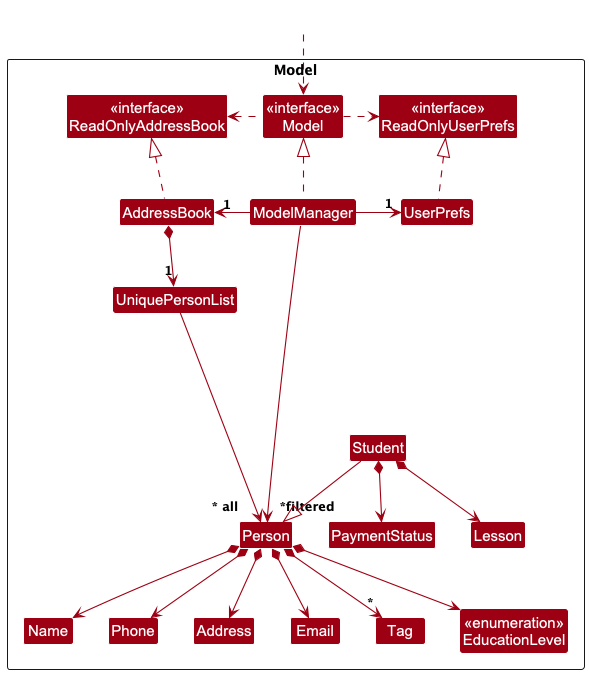
AY2526S1-CS2103T-F09-2/tp keeps this PlantUML diagram as docs/images/ModelClassDiagram.png. Above is the earlier version.
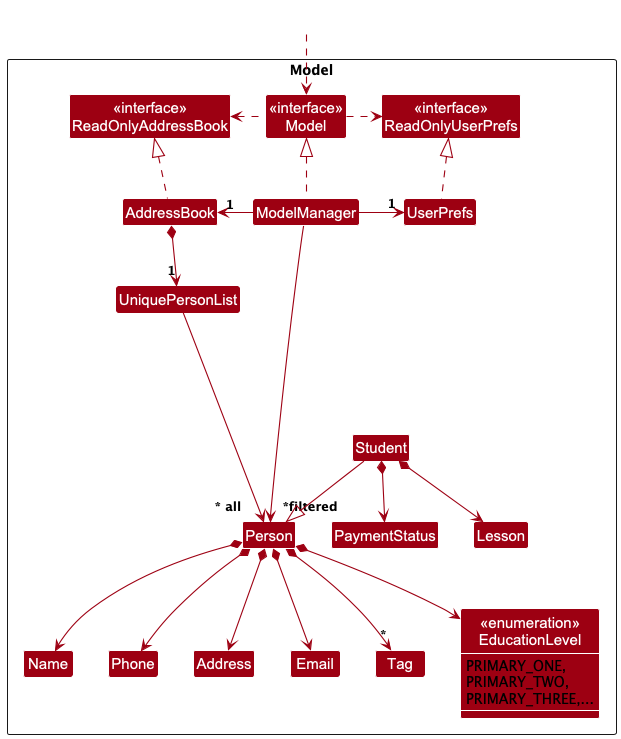
Later version of the same file.

Change to the diagram source:
```diff
@@ -19,7 +19,12 @@
 Class Name
 Class Phone
 Class Tag
-Class "<<enumeration>>\nEducationLevel" as EducationLevel
+Class "<<enumeration>>\nEducationLevel" as EducationLevel {
+    PRIMARY_ONE,
+    PRIMARY_TWO,
+	PRIMARY_THREE,...
+}
+show EducationLevel members
 
 class Student
 class Lesson
```
